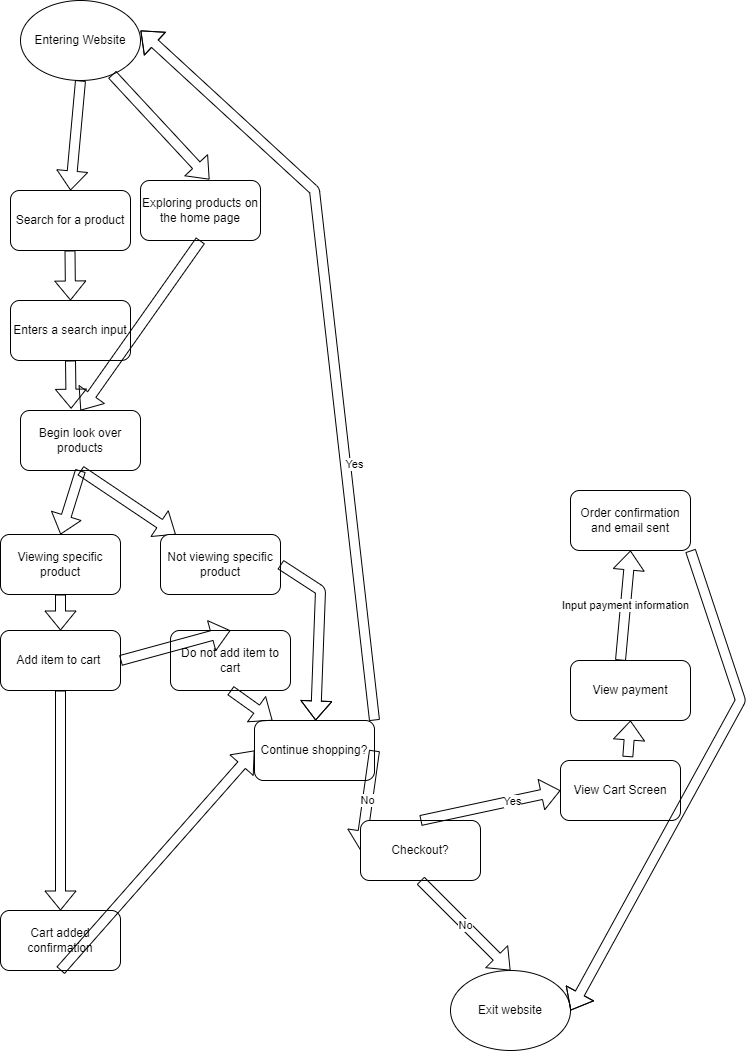
Before: explore/diagramming/diagram.drawio.png, a diagram exported from draw.io (Jason011125/fa22-cse110-lab4). Source tidied: cells renumbered, new cells last; positions are measured from the earlier drawing's top-left corner, leaving out a move shared by most shapes.
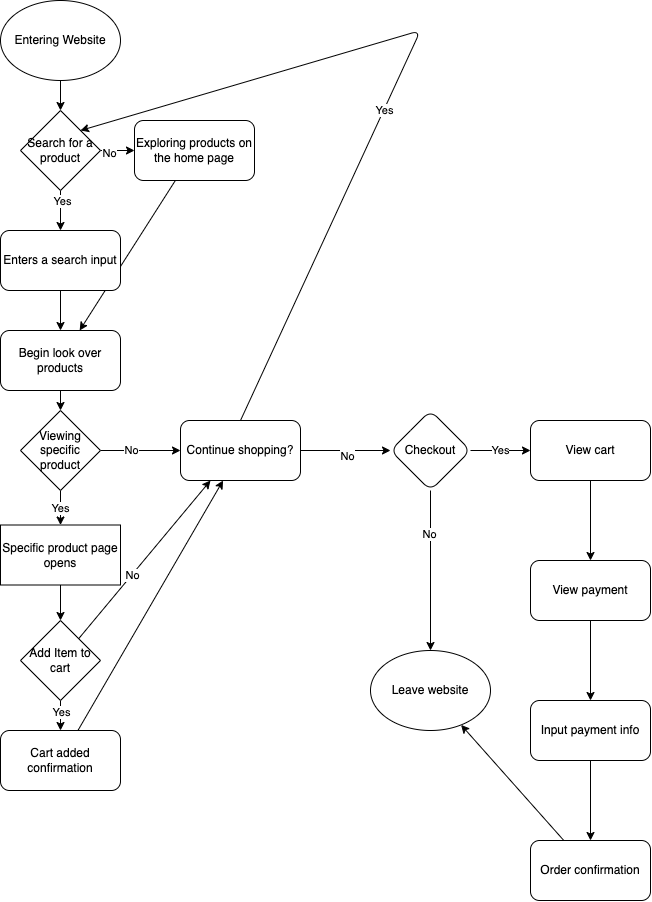
After the change.

Commit message:
fixed diagram img

Diff of the diagram source:
```diff
@@ -2,140 +2,143 @@
   <root>
     <mxCell id="0" />
     <mxCell id="1" parent="0" />
+    <mxCell id="40" style="edgeStyle=none;html=1;" parent="1" edge="1" source="2" target="3">
+      <mxGeometry relative="1" as="geometry" />
+    </mxCell>
     <mxCell id="2" value="Entering Website" style="ellipse;whiteSpace=wrap;html=1;" parent="1" vertex="1">
-      <mxGeometry x="20" width="120" height="80" as="geometry" />
+      <mxGeometry y="-50" width="120" height="80" as="geometry" />
     </mxCell>
+    <mxCell id="9" style="edgeStyle=none;html=1;" parent="1" edge="1" source="5" target="10">
+      <mxGeometry relative="1" as="geometry" />
+    </mxCell>
+    <mxCell id="5" value="Exploring products on the home page" style="rounded=1;whiteSpace=wrap;html=1;" parent="1" vertex="1">
+      <mxGeometry x="134" y="70" width="120" height="60" as="geometry" />
+    </mxCell>
+    <mxCell id="11" style="edgeStyle=none;html=1;" parent="1" edge="1" source="7" target="10">
+      <mxGeometry relative="1" as="geometry" />
+    </mxCell>
+    <mxCell id="7" value="Enters a search input" style="rounded=1;whiteSpace=wrap;html=1;" parent="1" vertex="1">
+      <mxGeometry y="180" width="120" height="60" as="geometry" />
+    </mxCell>
+    <mxCell id="41" style="edgeStyle=none;html=1;" parent="1" edge="1" source="10">
+      <mxGeometry relative="1" as="geometry">
+        <mxPoint x="60" y="360" as="targetPoint" />
+      </mxGeometry>
+    </mxCell>
+    <mxCell id="10" value="Begin look over products" style="rounded=1;whiteSpace=wrap;html=1;" parent="1" vertex="1">
+      <mxGeometry y="280" width="120" height="60" as="geometry" />
+    </mxCell>
+    <mxCell id="42" style="edgeStyle=none;html=1;" parent="1" edge="1" source="19" target="64">
+      <mxGeometry relative="1" as="geometry" />
+    </mxCell>
+    <mxCell id="43" value="No" style="edgeLabel;html=1;align=center;verticalAlign=middle;" parent="42" vertex="1">
+      <mxGeometry x="0.03" y="-5" relative="1" as="geometry" />
+    </mxCell>
+    <mxCell id="19" value="Continue shopping?" style="rounded=1;whiteSpace=wrap;html=1;" parent="1" vertex="1">
+      <mxGeometry x="180" y="370" width="120" height="60" as="geometry" />
+    </mxCell>
+    <mxCell id="44" style="edgeStyle=none;html=1;" parent="1" edge="1" source="23" target="19">
+      <mxGeometry relative="1" as="geometry" />
+    </mxCell>
+    <mxCell id="23" value="Cart added confirmation" style="rounded=1;whiteSpace=wrap;html=1;" parent="1" vertex="1">
+      <mxGeometry y="680" width="120" height="60" as="geometry" />
+    </mxCell>
+    <mxCell id="45" style="edgeStyle=none;html=1;" parent="1" edge="1" source="3" target="5">
+      <mxGeometry relative="1" as="geometry" />
+    </mxCell>
+    <mxCell id="46" value="No" style="edgeLabel;html=1;align=center;verticalAlign=middle;" parent="45" vertex="1">
+      <mxGeometry x="-0.49" y="-2" relative="1" as="geometry" />
+    </mxCell>
+    <mxCell id="47" style="edgeStyle=none;html=1;" parent="1" edge="1" source="3" target="7">
+      <mxGeometry relative="1" as="geometry" />
+    </mxCell>
+    <mxCell id="48" value="Yes" style="edgeLabel;html=1;align=center;verticalAlign=middle;" parent="47" vertex="1">
+      <mxGeometry x="-0.5" y="1" relative="1" as="geometry" />
+    </mxCell>
-    <mxCell id="3" value="Search for a product" style="rounded=1;whiteSpace=wrap;html=1;" parent="1" vertex="1">
-      <mxGeometry x="10" y="190" width="120" height="60" as="geometry" />
+    <mxCell id="3" value="&lt;span&gt;Search for a product&lt;/span&gt;" style="rhombus;whiteSpace=wrap;html=1;" parent="1" vertex="1">
+      <mxGeometry x="20" y="60" width="80" height="80" as="geometry" />
     </mxCell>
-    <mxCell id="4" style="shape=flexArrow;endArrow=classic;html=1;entryX=0.5;entryY=0;entryDx=0;entryDy=0;" parent="1" edge="1" target="3">
-      <mxGeometry relative="1" as="geometry">
-        <mxPoint x="80" y="80" as="sourcePoint" />
-      </mxGeometry>
-    </mxCell>
-    <mxCell id="5" value="Exploring products on the home page" style="rounded=1;whiteSpace=wrap;html=1;" parent="1" vertex="1">
-      <mxGeometry x="140" y="180" width="120" height="60" as="geometry" />
-    </mxCell>
-    <mxCell id="6" style="shape=flexArrow;endArrow=classic;html=1;entryX=0.575;entryY=-0.016;entryDx=0;entryDy=0;entryPerimeter=0;" parent="1" edge="1" source="2" target="5">
-      <mxGeometry relative="1" as="geometry" />
-    </mxCell>
-    <mxCell id="7" value="Enters a search input" style="rounded=1;whiteSpace=wrap;html=1;" parent="1" vertex="1">
-      <mxGeometry x="10" y="300" width="120" height="60" as="geometry" />
-    </mxCell>
-    <mxCell id="8" style="shape=flexArrow;endArrow=classic;html=1;" parent="1" edge="1">
-      <mxGeometry relative="1" as="geometry">
-        <mxPoint x="69.5" y="250" as="sourcePoint" />
-        <mxPoint x="70" y="300" as="targetPoint" />
-      </mxGeometry>
-    </mxCell>
-    <mxCell id="9" style="shape=flexArrow;endArrow=classic;html=1;exitX=0.5;exitY=1;exitDx=0;exitDy=0;entryX=0.5;entryY=0;entryDx=0;entryDy=0;" parent="1" edge="1" source="5" target="10">
-      <mxGeometry relative="1" as="geometry" />
-    </mxCell>
-    <mxCell id="10" value="Begin look over products" style="rounded=1;whiteSpace=wrap;html=1;" parent="1" vertex="1">
-      <mxGeometry x="20" y="410" width="120" height="60" as="geometry" />
-    </mxCell>
-    <mxCell id="11" style="shape=flexArrow;endArrow=classic;html=1;exitX=0.5;exitY=1;exitDx=0;exitDy=0;entryX=0.422;entryY=-0.03;entryDx=0;entryDy=0;entryPerimeter=0;" parent="1" edge="1" source="7" target="10">
-      <mxGeometry relative="1" as="geometry" />
-    </mxCell>
+    <mxCell id="49" style="edgeStyle=none;html=1;" parent="1" edge="1" source="12" target="19">
+      <mxGeometry relative="1" as="geometry" />
+    </mxCell>
+    <mxCell id="50" value="No" style="edgeLabel;html=1;align=center;verticalAlign=middle;" parent="49" vertex="1">
+      <mxGeometry x="-0.26" y="1" relative="1" as="geometry" />
+    </mxCell>
+    <mxCell id="51" value="Yes" style="edgeStyle=none;html=1;" parent="1" edge="1" source="12" target="58">
+      <mxGeometry relative="1" as="geometry" />
+    </mxCell>
-    <mxCell id="12" value="Viewing specific product" style="rounded=1;whiteSpace=wrap;html=1;" parent="1" vertex="1">
-      <mxGeometry y="534" width="120" height="60" as="geometry" />
+    <mxCell id="12" value="&lt;span&gt;Viewing specific product&lt;/span&gt;" style="rhombus;whiteSpace=wrap;html=1;" parent="1" vertex="1">
+      <mxGeometry x="20" y="360" width="80" height="80" as="geometry" />
     </mxCell>
-    <mxCell id="13" style="shape=flexArrow;endArrow=classic;html=1;entryX=0.5;entryY=0;entryDx=0;entryDy=0;exitX=0.5;exitY=1;exitDx=0;exitDy=0;" parent="1" edge="1" source="10" target="12">
-      <mxGeometry relative="1" as="geometry" />
-    </mxCell>
-    <mxCell id="14" style="shape=flexArrow;endArrow=classic;html=1;exitX=0.5;exitY=1;exitDx=0;exitDy=0;" parent="1" edge="1" source="12" target="15">
-      <mxGeometry relative="1" as="geometry" />
-    </mxCell>
-    <mxCell id="15" value="Add item to cart&amp;nbsp;" style="rounded=1;whiteSpace=wrap;html=1;" parent="1" vertex="1">
-      <mxGeometry y="630" width="120" height="60" as="geometry" />
-    </mxCell>
-    <mxCell id="16" style="shape=flexArrow;endArrow=classic;html=1;exitX=0.5;exitY=1;exitDx=0;exitDy=0;" parent="1" edge="1" source="10" target="17">
-      <mxGeometry relative="1" as="geometry" />
-    </mxCell>
-    <mxCell id="17" value="Not viewing specific product" style="rounded=1;whiteSpace=wrap;html=1;" parent="1" vertex="1">
-      <mxGeometry x="160" y="534" width="120" height="60" as="geometry" />
-    </mxCell>
-    <mxCell id="18" style="shape=flexArrow;endArrow=classic;html=1;exitX=1;exitY=0.5;exitDx=0;exitDy=0;" parent="1" edge="1" source="17" target="19">
-      <mxGeometry relative="1" as="geometry">
-        <Array as="points">
-          <mxPoint x="320" y="590" />
-        </Array>
-      </mxGeometry>
-    </mxCell>
-    <mxCell id="19" value="Continue shopping?" style="rounded=1;whiteSpace=wrap;html=1;" parent="1" vertex="1">
-      <mxGeometry x="254" y="720" width="120" height="60" as="geometry" />
-    </mxCell>
-    <mxCell id="20" value="Do not add item to cart" style="rounded=1;whiteSpace=wrap;html=1;" parent="1" vertex="1">
-      <mxGeometry x="170" y="630" width="120" height="60" as="geometry" />
-    </mxCell>
-    <mxCell id="21" style="shape=flexArrow;endArrow=classic;html=1;entryX=0.5;entryY=0;entryDx=0;entryDy=0;exitX=1;exitY=0.5;exitDx=0;exitDy=0;" parent="1" edge="1" source="15" target="20">
-      <mxGeometry relative="1" as="geometry" />
-    </mxCell>
-    <mxCell id="22" style="shape=flexArrow;endArrow=classic;html=1;exitX=0.5;exitY=1;exitDx=0;exitDy=0;" parent="1" edge="1" source="15" target="23">
-      <mxGeometry relative="1" as="geometry" />
-    </mxCell>
-    <mxCell id="23" value="Cart added confirmation" style="rounded=1;whiteSpace=wrap;html=1;" parent="1" vertex="1">
-      <mxGeometry y="910" width="120" height="60" as="geometry" />
-    </mxCell>
-    <mxCell id="24" style="shape=flexArrow;endArrow=classic;html=1;exitX=0.5;exitY=1;exitDx=0;exitDy=0;" parent="1" edge="1" source="20" target="19">
-      <mxGeometry relative="1" as="geometry" />
-    </mxCell>
-    <mxCell id="25" style="shape=flexArrow;endArrow=classic;html=1;exitX=0.5;exitY=1;exitDx=0;exitDy=0;entryX=0;entryY=0.5;entryDx=0;entryDy=0;" parent="1" edge="1" target="19">
-      <mxGeometry relative="1" as="geometry">
-        <mxPoint x="60" y="970" as="sourcePoint" />
-      </mxGeometry>
-    </mxCell>
-    <mxCell id="26" style="shape=flexArrow;endArrow=classic;html=1;entryX=1;entryY=0.375;entryDx=0;entryDy=0;entryPerimeter=0;exitX=1;exitY=0;exitDx=0;exitDy=0;" parent="1" edge="1" source="19" target="2">
-      <mxGeometry relative="1" as="geometry">
-        <Array as="points">
-          <mxPoint x="314" y="190" />
-        </Array>
-      </mxGeometry>
-    </mxCell>
-    <mxCell id="27" value="Yes" style="edgeLabel;html=1;align=center;verticalAlign=middle;" parent="26" vertex="1">
-      <mxGeometry x="-0.33" y="-8" relative="1" as="geometry" />
-    </mxCell>
-    <mxCell id="28" value="No" style="shape=flexArrow;endArrow=classic;html=1;entryX=0;entryY=0.5;entryDx=0;entryDy=0;exitX=1;exitY=0.5;exitDx=0;exitDy=0;" parent="1" edge="1" source="19" target="29">
-      <mxGeometry relative="1" as="geometry" />
-    </mxCell>
-    <mxCell id="29" value="Checkout?" style="rounded=1;whiteSpace=wrap;html=1;" parent="1" vertex="1">
-      <mxGeometry x="360" y="820" width="120" height="60" as="geometry" />
-    </mxCell>
-    <mxCell id="30" style="shape=flexArrow;endArrow=classic;html=1;exitX=0.5;exitY=0;exitDx=0;exitDy=0;entryX=0;entryY=0.5;entryDx=0;entryDy=0;" parent="1" edge="1" source="29" target="32">
-      <mxGeometry relative="1" as="geometry" />
-    </mxCell>
-    <mxCell id="31" value="Yes" style="edgeLabel;html=1;align=center;verticalAlign=middle;" parent="30" vertex="1">
-      <mxGeometry x="0.3" relative="1" as="geometry" />
-    </mxCell>
-    <mxCell id="32" value="View Cart Screen" style="rounded=1;whiteSpace=wrap;html=1;" parent="1" vertex="1">
-      <mxGeometry x="560" y="760" width="120" height="60" as="geometry" />
-    </mxCell>
-    <mxCell id="33" value="Exit website" style="ellipse;whiteSpace=wrap;html=1;" parent="1" vertex="1">
-      <mxGeometry x="450" y="970" width="120" height="80" as="geometry" />
-    </mxCell>
-    <mxCell id="34" value="No" style="shape=flexArrow;endArrow=classic;html=1;exitX=0.5;exitY=1;exitDx=0;exitDy=0;entryX=0.5;entryY=0;entryDx=0;entryDy=0;" parent="1" edge="1" source="29" target="33">
-      <mxGeometry relative="1" as="geometry" />
-    </mxCell>
+    <mxCell id="52" style="edgeStyle=none;html=1;" parent="1" edge="1" source="56" target="23">
+      <mxGeometry relative="1" as="geometry" />
+    </mxCell>
+    <mxCell id="53" value="Yes" style="edgeLabel;html=1;align=center;verticalAlign=middle;" parent="52" vertex="1">
+      <mxGeometry x="-0.26" relative="1" as="geometry" />
+    </mxCell>
+    <mxCell id="54" style="edgeStyle=none;html=1;entryX=0.25;entryY=1;entryDx=0;entryDy=0;" parent="1" edge="1" source="56" target="19">
+      <mxGeometry relative="1" as="geometry" />
+    </mxCell>
+    <mxCell id="55" value="No" style="edgeLabel;html=1;align=center;verticalAlign=middle;" parent="54" vertex="1">
+      <mxGeometry x="-0.19" relative="1" as="geometry" />
+    </mxCell>
+    <mxCell id="56" value="Add Item to cart" style="rhombus;whiteSpace=wrap;html=1;" parent="1" vertex="1">
+      <mxGeometry x="20" y="570" width="80" height="80" as="geometry" />
+    </mxCell>
+    <mxCell id="57" style="edgeStyle=none;html=1;" parent="1" edge="1" source="58" target="56">
+      <mxGeometry relative="1" as="geometry" />
+    </mxCell>
+    <mxCell id="58" value="Specific product page opens" style="whiteSpace=wrap;html=1;" parent="1" vertex="1">
+      <mxGeometry y="474.5" width="120" height="60" as="geometry" />
+    </mxCell>
+    <mxCell id="59" style="endArrow=classic;html=1;exitX=0.5;exitY=0;exitDx=0;exitDy=0;entryX=1;entryY=0;entryDx=0;entryDy=0;" parent="1" edge="1" source="19" target="3">
+      <mxGeometry relative="1" as="geometry">
+        <Array as="points">
+          <mxPoint x="420" y="-20" />
+        </Array>
+      </mxGeometry>
+    </mxCell>
+    <mxCell id="60" value="Yes" style="edgeLabel;html=1;align=center;verticalAlign=middle;" parent="59" vertex="1">
+      <mxGeometry x="-0.13" relative="1" as="geometry" />
+    </mxCell>
+    <mxCell id="61" value="Yes" style="edgeStyle=none;html=1;" parent="1" edge="1" source="64" target="66">
+      <mxGeometry relative="1" as="geometry" />
+    </mxCell>
+    <mxCell id="62" style="edgeStyle=none;html=1;entryX=0.5;entryY=0;entryDx=0;entryDy=0;" parent="1" edge="1" source="64" target="67">
+      <mxGeometry relative="1" as="geometry" />
+    </mxCell>
+    <mxCell id="63" value="No" style="edgeLabel;html=1;align=center;verticalAlign=middle;" parent="62" vertex="1">
+      <mxGeometry x="-0.46" y="-2" relative="1" as="geometry" />
+    </mxCell>
+    <mxCell id="64" value="Checkout" style="rhombus;whiteSpace=wrap;html=1;rounded=1;" parent="1" vertex="1">
+      <mxGeometry x="390" y="360" width="80" height="80" as="geometry" />
+    </mxCell>
+    <mxCell id="65" style="edgeStyle=none;html=1;" parent="1" edge="1" source="66" target="35">
+      <mxGeometry relative="1" as="geometry" />
+    </mxCell>
+    <mxCell id="66" value="View cart" style="whiteSpace=wrap;html=1;rounded=1;" parent="1" vertex="1">
+      <mxGeometry x="530" y="370" width="120" height="60" as="geometry" />
+    </mxCell>
+    <mxCell id="67" value="Leave website" style="ellipse;whiteSpace=wrap;html=1;" parent="1" vertex="1">
+      <mxGeometry x="370" y="600" width="120" height="80" as="geometry" />
+    </mxCell>
+    <mxCell id="68" style="edgeStyle=none;html=1;" parent="1" edge="1" source="35" target="70">
+      <mxGeometry relative="1" as="geometry" />
+    </mxCell>
-    <mxCell id="35" value="View payment" style="rounded=1;whiteSpace=wrap;html=1;" parent="1" vertex="1">
-      <mxGeometry x="570" y="660" width="120" height="60" as="geometry" />
+    <mxCell id="35" value="View payment" style="whiteSpace=wrap;html=1;rounded=1;" parent="1" vertex="1">
+      <mxGeometry x="530" y="510" width="120" height="60" as="geometry" />
     </mxCell>
-    <mxCell id="36" style="shape=flexArrow;endArrow=classic;html=1;exitX=0.561;exitY=-0.058;exitDx=0;exitDy=0;exitPerimeter=0;entryX=0.5;entryY=1;entryDx=0;entryDy=0;" parent="1" edge="1" source="32" target="35">
-      <mxGeometry relative="1" as="geometry" />
-    </mxCell>
-    <mxCell id="37" value="Input payment information" style="shape=flexArrow;endArrow=classic;html=1;entryX=0.5;entryY=1;entryDx=0;entryDy=0;" parent="1" edge="1" target="38">
-      <mxGeometry relative="1" as="geometry">
-        <mxPoint x="620" y="660" as="sourcePoint" />
-      </mxGeometry>
-    </mxCell>
-    <mxCell id="38" value="Order confirmation and email sent" style="rounded=1;whiteSpace=wrap;html=1;" parent="1" vertex="1">
-      <mxGeometry x="570" y="490" width="120" height="60" as="geometry" />
-    </mxCell>
-    <mxCell id="39" style="shape=flexArrow;endArrow=classic;html=1;entryX=1;entryY=0.5;entryDx=0;entryDy=0;exitX=1;exitY=1;exitDx=0;exitDy=0;" parent="1" edge="1" source="38" target="33">
-      <mxGeometry relative="1" as="geometry">
-        <Array as="points">
-          <mxPoint x="740" y="700" />
-        </Array>
-      </mxGeometry>
-    </mxCell>
+    <mxCell id="69" style="edgeStyle=none;html=1;" parent="1" edge="1" source="70" target="72">
+      <mxGeometry relative="1" as="geometry" />
+    </mxCell>
+    <mxCell id="70" value="Input payment info" style="whiteSpace=wrap;html=1;rounded=1;" parent="1" vertex="1">
+      <mxGeometry x="530" y="650" width="120" height="60" as="geometry" />
+    </mxCell>
+    <mxCell id="71" style="edgeStyle=none;html=1;" parent="1" edge="1" source="72" target="67">
+      <mxGeometry relative="1" as="geometry" />
+    </mxCell>
+    <mxCell id="72" value="Order confirmation" style="whiteSpace=wrap;html=1;rounded=1;" parent="1" vertex="1">
+      <mxGeometry x="530" y="790" width="120" height="60" as="geometry" />
+    </mxCell>
   </root>
 </mxGraphModel>
```
